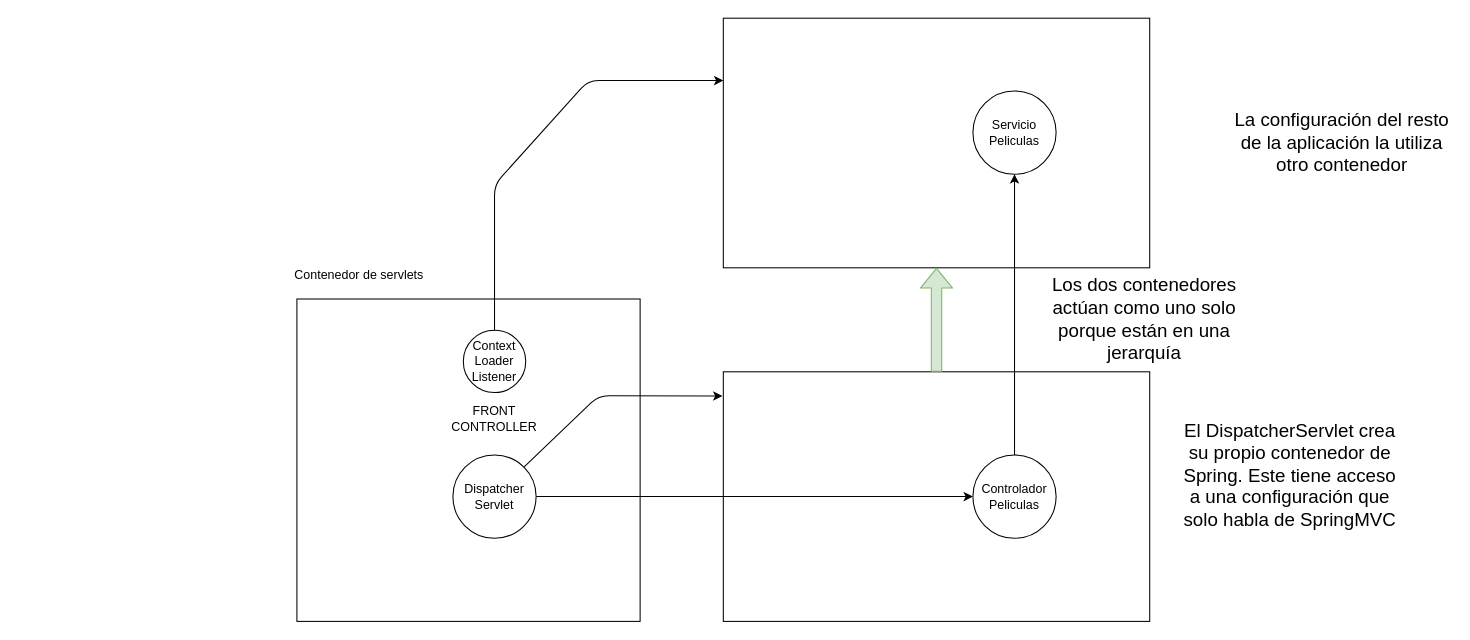
This is page "Página-15" (15 of 18) of diagramas.drawio from lrag/java2025, a draw.io file, before an edit. Source tidied: cells renumbered, new cells numbered last; positions are measured from the earlier drawing's top-left corner, leaving out a move shared by most shapes. Both pictures are drawn from the tidied source at 104%, with x=0, y=0 at pixel (255, 18).
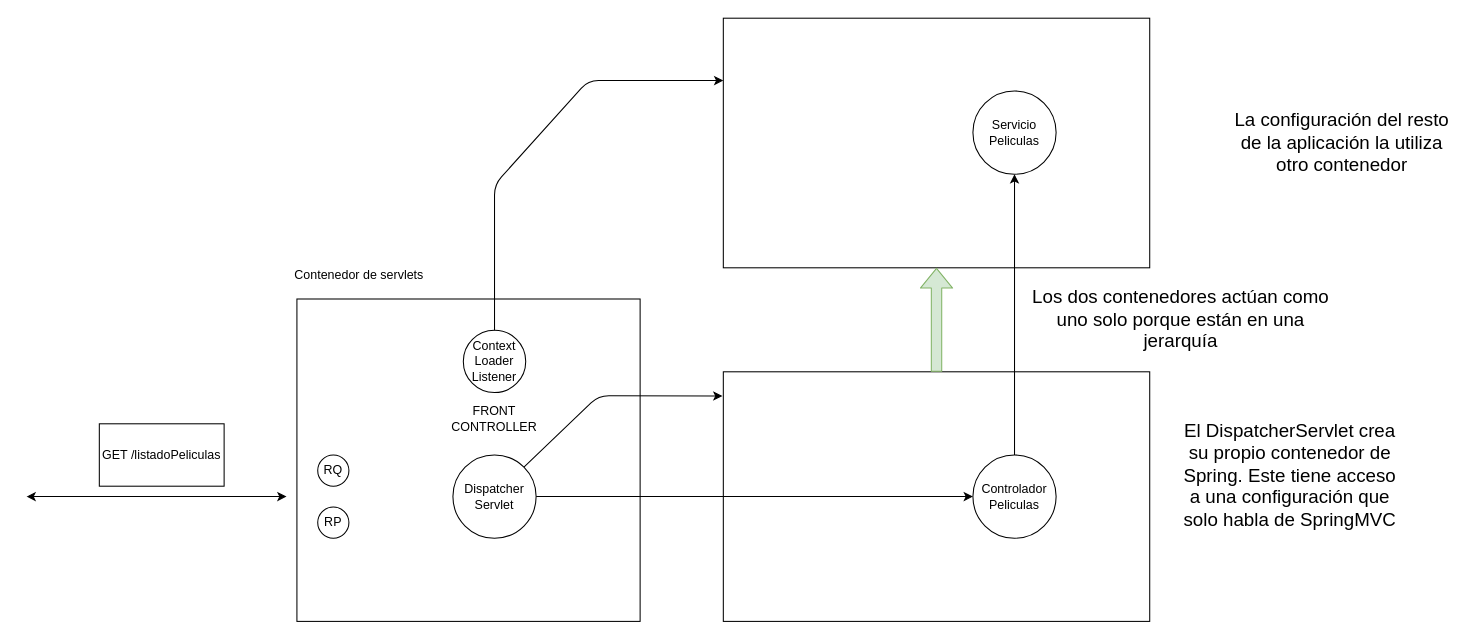
Above is the later version.

Change to the diagram source:
```diff
@@
     <mxCell id="15" value="&lt;font style=&quot;font-size: 18px;&quot;&gt;Los dos contenedores actúan como uno solo porque están en una jerarquía&lt;/font&gt;" style="text;html=1;strokeColor=none;fillColor=none;align=center;verticalAlign=middle;whiteSpace=wrap;rounded=0;fontSize=12;" parent="1" vertex="1">
-      <mxGeometry x="750" y="280" width="210" height="20" as="geometry" />
+      <mxGeometry x="740" y="280" width="300" height="20" as="geometry" />
     </mxCell>
@@
+    <mxCell id="19" style="endArrow=classic;startArrow=classic;html=1;rounded=0;" parent="1" edge="1">
+      <mxGeometry relative="1" as="geometry">
+        <mxPoint x="-220" y="460" as="sourcePoint" />
+        <mxPoint x="30" y="460" as="targetPoint" />
+      </mxGeometry>
+    </mxCell>
+    <mxCell id="20" value="GET /listadoPeliculas" style="rounded=0;whiteSpace=wrap;html=1;" parent="1" vertex="1">
+      <mxGeometry x="-150" y="390" width="120" height="60" as="geometry" />
+    </mxCell>
+    <mxCell id="21" value="RQ" style="ellipse;whiteSpace=wrap;html=1;" parent="1" vertex="1">
+      <mxGeometry x="60" y="420" width="30" height="30" as="geometry" />
+    </mxCell>
+    <mxCell id="22" value="RP" style="ellipse;whiteSpace=wrap;html=1;" parent="1" vertex="1">
+      <mxGeometry x="60" y="470" width="30" height="30" as="geometry" />
+    </mxCell>
```
